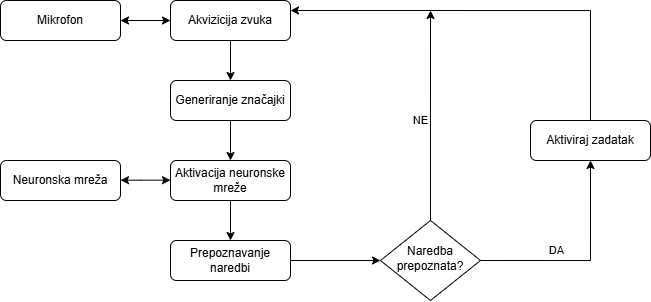
lbalic21/keyword_spotting keeps this draw.io diagram as docs/master_thesis/Chapters/struktura_sustava/struktura_sustava.png. Above is the earlier version. Source tidied: cells renumbered, new cells last; positions are measured from the earlier drawing's top-left corner, leaving out a move shared by most shapes.
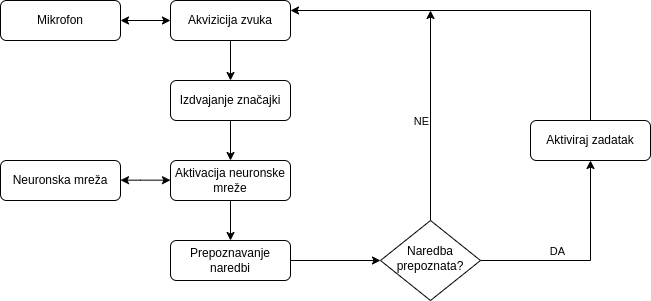
The same diagram one commit later.

Change to the diagram source:
```diff
@@ -48,7 +48,7 @@
     <mxCell id="13" style="edgeStyle=orthogonalEdgeStyle;rounded=0;jettySize=auto;html=1;exitX=0.5;exitY=1;exitDx=0;exitDy=0;entryX=0.5;entryY=0;entryDx=0;entryDy=0;" parent="1" edge="1" source="14" target="17">
       <mxGeometry relative="1" as="geometry" />
     </mxCell>
-    <mxCell id="14" value="Generiranje značajki" style="rounded=1;whiteSpace=wrap;html=1;fontSize=12;glass=0;strokeWidth=1;shadow=0;" parent="1" vertex="1">
+    <mxCell id="14" value="Izdvajanje značajki" style="rounded=1;whiteSpace=wrap;html=1;fontSize=12;glass=0;strokeWidth=1;shadow=0;" parent="1" vertex="1">
       <mxGeometry x="170" y="80" width="120" height="40" as="geometry" />
     </mxCell>
     <mxCell id="15" value="Neuronska mreža" style="rounded=1;whiteSpace=wrap;html=1;fontSize=12;glass=0;strokeWidth=1;shadow=0;" parent="1" vertex="1">
```
